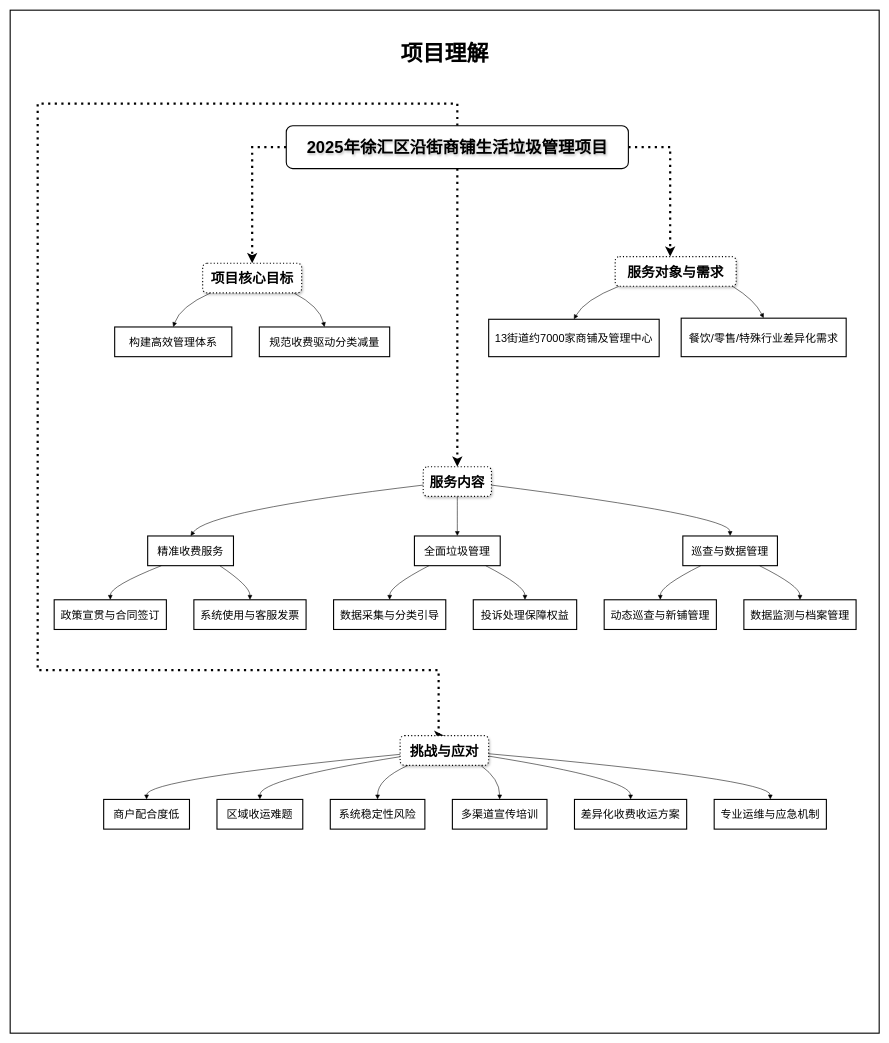
wss1801/test2 keeps this draw.io diagram as 未命名绘图.drawio. Above is the earlier version. Source tidied: cells renumbered, new cells numbered last; positions are measured from the earlier drawing's top-left corner, leaving out a move shared by most shapes. Both pictures are drawn from the tidied source at 55%, with x=0, y=0 at pixel (10, 10).
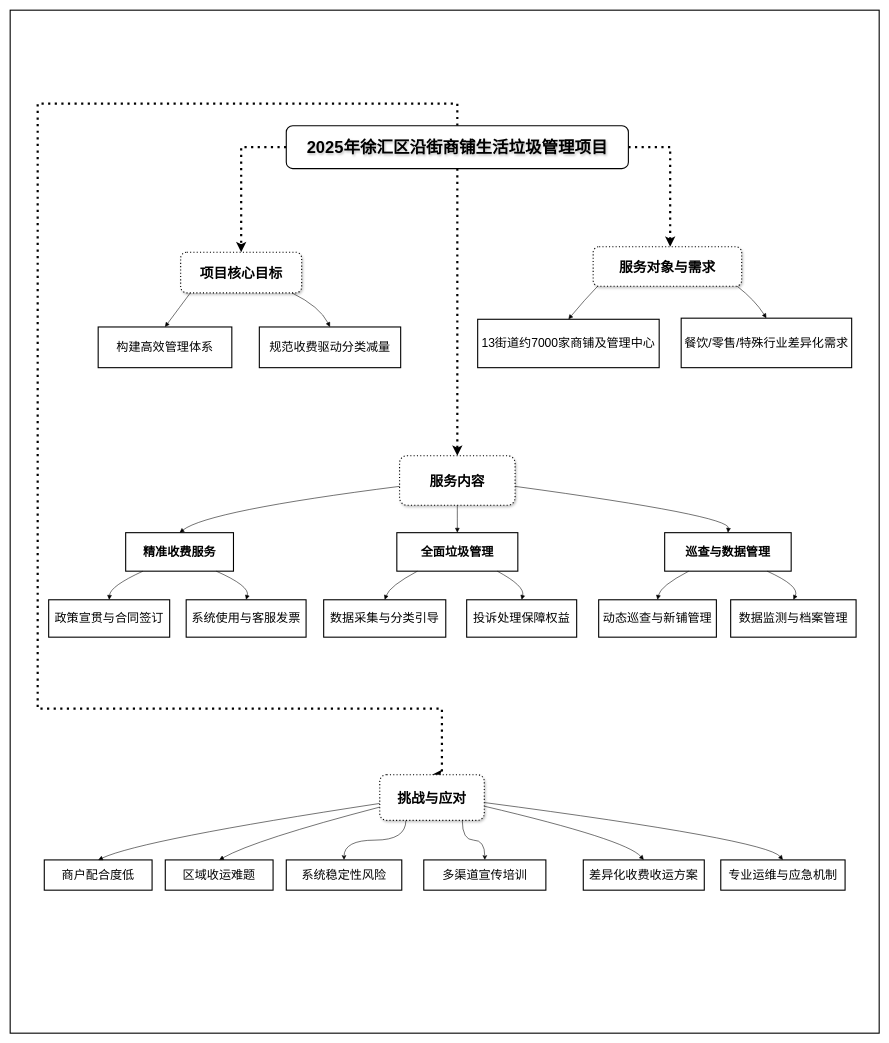
After the change.

Unchanged cells that the change refers to:
```xml
<mxCell id="7" value="2025年徐汇区沿街商铺生活垃圾管理项目" style="whiteSpace=wrap;strokeWidth=2;hachureGap=4;fontFamily=Helvetica;fontSize=30;textShadow=1;rounded=1;fontStyle=1;labelBackgroundColor=none;" parent="1" vertex="1">
  <mxGeometry x="502" y="210" width="622" height="78" as="geometry" />
</mxCell>
```

Change to the diagram source:
```diff
@@
-    <mxCell id="2" value="&#10;项目理解" style="whiteSpace=wrap;strokeWidth=2;hachureGap=4;fontFamily=Verdana;fontSize=40;verticalAlign=top;fontStyle=1;labelBackgroundColor=none;rounded=0;shadow=0;" parent="1" vertex="1">
+    <mxCell id="2" value="&#10;项目理解" style="whiteSpace=wrap;strokeWidth=2;hachureGap=4;fontFamily=Verdana;fontSize=40;verticalAlign=top;fontStyle=1;labelBackgroundColor=none;rounded=0;shadow=0;fontColor=none;noLabel=1;" parent="1" vertex="1">
       <mxGeometry width="1580" height="1860" as="geometry" />
     </mxCell>
     <mxCell id="3" style="edgeStyle=orthogonalEdgeStyle;rounded=0;hachureGap=4;jettySize=auto;html=1;entryX=0.5;entryY=0;entryDx=0;entryDy=0;fontFamily=Helvetica;fontSize=18;dashed=1;dashPattern=1 2;strokeWidth=4;labelBackgroundColor=none;fontColor=default;" parent="1" edge="1" source="7" target="8">
       <mxGeometry relative="1" as="geometry">
         <Array as="points">
-          <mxPoint x="440" y="249" />
+          <mxPoint x="420" y="249" />
         </Array>
       </mxGeometry>
     </mxCell>
@@
     <mxCell id="6" style="edgeStyle=orthogonalEdgeStyle;rounded=0;hachureGap=4;jettySize=auto;html=1;entryX=0.5;entryY=0;entryDx=0;entryDy=0;fontFamily=Helvetica;fontSize=18;dashed=1;dashPattern=1 2;strokeWidth=4;labelBackgroundColor=none;fontColor=default;" parent="1" edge="1" source="7" target="11">
       <mxGeometry relative="1" as="geometry">
         <Array as="points">
           <mxPoint x="813" y="170" />
           <mxPoint x="50" y="170" />
-          <mxPoint x="50" y="1200" />
-          <mxPoint x="779" y="1200" />
-          <mxPoint x="779" y="1319" />
+          <mxPoint x="50" y="1270" />
+          <mxPoint x="785" y="1270" />
+          <mxPoint x="785" y="1390" />
         </Array>
       </mxGeometry>
     </mxCell>
@@
     <mxCell id="8" value="项目核心目标" style="whiteSpace=wrap;strokeWidth=2;hachureGap=4;fontFamily=Helvetica;fontSize=25;rounded=1;shadow=1;fontStyle=1;dashed=1;dashPattern=1 2;labelBackgroundColor=none;" parent="1" vertex="1">
-      <mxGeometry x="350" y="460" width="180" height="54" as="geometry" />
+      <mxGeometry x="310" y="440" width="220" height="74" as="geometry" />
     </mxCell>
     <mxCell id="9" value="服务对象与需求" style="whiteSpace=wrap;strokeWidth=2;hachureGap=4;fontFamily=Helvetica;fontSize=25;rounded=1;shadow=1;fontStyle=1;dashed=1;dashPattern=1 2;labelBackgroundColor=none;" parent="1" vertex="1">
-      <mxGeometry x="1100" y="448" width="220" height="54" as="geometry" />
+      <mxGeometry x="1060" y="430" width="270" height="72" as="geometry" />
     </mxCell>
     <mxCell id="10" value="服务内容" style="whiteSpace=wrap;strokeWidth=2;hachureGap=4;fontFamily=Helvetica;fontSize=25;rounded=1;shadow=1;fontStyle=1;dashed=1;dashPattern=1 2;labelBackgroundColor=none;" parent="1" vertex="1">
-      <mxGeometry x="751" y="830" width="124" height="54" as="geometry" />
+      <mxGeometry x="708" y="810" width="210" height="90" as="geometry" />
     </mxCell>
+    <mxCell id="47" style="edgeStyle=orthogonalEdgeStyle;rounded=0;hachureGap=4;jettySize=auto;html=1;fontFamily=Architects Daughter;curved=1;" parent="1" edge="1" source="11" target="28">
+      <mxGeometry relative="1" as="geometry">
+        <Array as="points">
+          <mxPoint x="822" y="1509" />
+          <mxPoint x="863" y="1509" />
+        </Array>
+      </mxGeometry>
+    </mxCell>
+    <mxCell id="46" style="edgeStyle=orthogonalEdgeStyle;rounded=0;hachureGap=4;jettySize=auto;html=1;fontFamily=Architects Daughter;curved=1;exitX=0.25;exitY=1;exitDx=0;exitDy=0;" parent="1" edge="1" source="11" target="27">
+      <mxGeometry relative="1" as="geometry" />
+    </mxCell>
     <mxCell id="11" value="挑战与应对" style="whiteSpace=wrap;strokeWidth=2;hachureGap=4;fontFamily=Helvetica;fontSize=25;rounded=1;shadow=1;fontStyle=1;dashed=1;dashPattern=1 2;labelBackgroundColor=none;" parent="1" vertex="1">
-      <mxGeometry x="709" y="1319" width="161" height="54" as="geometry" />
+      <mxGeometry x="672" y="1390" width="190" height="83" as="geometry" />
     </mxCell>
-    <mxCell id="12" value="构建高效管理体系" style="whiteSpace=wrap;strokeWidth=2;hachureGap=4;fontFamily=Helvetica;fontSize=20;labelBackgroundColor=none;" parent="1" vertex="1">
-      <mxGeometry x="190" y="576" width="213" height="54" as="geometry" />
+    <mxCell id="12" value="构建高效管理体系" style="whiteSpace=wrap;strokeWidth=2;hachureGap=4;fontFamily=Helvetica;fontSize=22;labelBackgroundColor=none;" parent="1" vertex="1">
+      <mxGeometry x="160" y="576" width="243" height="74" as="geometry" />
     </mxCell>
-    <mxCell id="13" value="规范收费驱动分类减量" style="whiteSpace=wrap;strokeWidth=2;hachureGap=4;fontFamily=Helvetica;fontSize=20;labelBackgroundColor=none;" parent="1" vertex="1">
-      <mxGeometry x="453" y="576" width="237" height="54" as="geometry" />
+    <mxCell id="13" value="规范收费驱动分类减量" style="whiteSpace=wrap;strokeWidth=2;hachureGap=4;fontFamily=Helvetica;fontSize=22;labelBackgroundColor=none;" parent="1" vertex="1">
+      <mxGeometry x="453" y="576" width="257" height="74" as="geometry" />
     </mxCell>
-    <mxCell id="14" value="13街道约7000家商铺及管理中心" style="whiteSpace=wrap;strokeWidth=2;hachureGap=4;fontFamily=Helvetica;fontSize=20;labelBackgroundColor=none;" parent="1" vertex="1">
-      <mxGeometry x="870" y="562" width="310" height="68" as="geometry" />
+    <mxCell id="14" value="13街道约7000家商铺及管理中心" style="whiteSpace=wrap;strokeWidth=2;hachureGap=4;fontFamily=Helvetica;fontSize=22;labelBackgroundColor=none;" parent="1" vertex="1">
+      <mxGeometry x="850" y="562" width="330" height="88" as="geometry" />
     </mxCell>
-    <mxCell id="15" value="餐饮/零售/特殊行业差异化需求" style="whiteSpace=wrap;strokeWidth=2;hachureGap=4;fontFamily=Helvetica;fontSize=20;labelBackgroundColor=none;" parent="1" vertex="1">
-      <mxGeometry x="1220" y="560" width="300" height="70" as="geometry" />
+    <mxCell id="15" value="餐饮/零售/特殊行业差异化需求" style="whiteSpace=wrap;strokeWidth=2;hachureGap=4;fontFamily=Helvetica;fontSize=22;labelBackgroundColor=none;" parent="1" vertex="1">
+      <mxGeometry x="1220" y="560" width="310" height="90" as="geometry" />
     </mxCell>
-    <mxCell id="16" value="精准收费服务" style="whiteSpace=wrap;strokeWidth=2;hachureGap=4;fontFamily=Helvetica;fontSize=20;labelBackgroundColor=none;" parent="1" vertex="1">
-      <mxGeometry x="250" y="956" width="156" height="54" as="geometry" />
+    <mxCell id="16" value="精准收费服务" style="whiteSpace=wrap;strokeWidth=2;hachureGap=4;fontFamily=Helvetica;fontSize=22;labelBackgroundColor=none;fontStyle=1;" parent="1" vertex="1">
+      <mxGeometry x="210" y="950" width="196" height="70" as="geometry" />
     </mxCell>
-    <mxCell id="17" value="政策宣贯与合同签订" style="whiteSpace=wrap;strokeWidth=2;hachureGap=4;fontFamily=Helvetica;fontSize=20;labelBackgroundColor=none;" parent="1" vertex="1">
-      <mxGeometry x="80" y="1072" width="204" height="54" as="geometry" />
+    <mxCell id="17" value="政策宣贯与合同签订" style="whiteSpace=wrap;strokeWidth=2;hachureGap=4;fontFamily=Helvetica;fontSize=22;labelBackgroundColor=none;" parent="1" vertex="1">
+      <mxGeometry x="70" y="1072" width="220" height="68" as="geometry" />
     </mxCell>
-    <mxCell id="18" value="系统使用与客服发票" style="whiteSpace=wrap;strokeWidth=2;hachureGap=4;fontFamily=Helvetica;fontSize=20;labelBackgroundColor=none;" parent="1" vertex="1">
-      <mxGeometry x="334" y="1072" width="204" height="54" as="geometry" />
+    <mxCell id="18" value="系统使用与客服发票" style="whiteSpace=wrap;strokeWidth=2;hachureGap=4;fontFamily=Helvetica;fontSize=22;labelBackgroundColor=none;" parent="1" vertex="1">
+      <mxGeometry x="320" y="1072" width="218" height="68" as="geometry" />
     </mxCell>
-    <mxCell id="19" value="全面垃圾管理" style="whiteSpace=wrap;strokeWidth=2;hachureGap=4;fontFamily=Helvetica;fontSize=20;labelBackgroundColor=none;" parent="1" vertex="1">
-      <mxGeometry x="735" y="956" width="156" height="54" as="geometry" />
+    <mxCell id="19" value="全面垃圾管理" style="whiteSpace=wrap;strokeWidth=2;hachureGap=4;fontFamily=Helvetica;fontSize=22;labelBackgroundColor=none;fontStyle=1;" parent="1" vertex="1">
+      <mxGeometry x="703" y="950" width="220" height="70" as="geometry" />
     </mxCell>
-    <mxCell id="20" value="数据采集与分类引导" style="whiteSpace=wrap;strokeWidth=2;hachureGap=4;fontFamily=Helvetica;fontSize=20;labelBackgroundColor=none;" parent="1" vertex="1">
-      <mxGeometry x="588" y="1072" width="204" height="54" as="geometry" />
+    <mxCell id="20" value="数据采集与分类引导" style="whiteSpace=wrap;strokeWidth=2;hachureGap=4;fontFamily=Helvetica;fontSize=22;labelBackgroundColor=none;" parent="1" vertex="1">
+      <mxGeometry x="570" y="1072" width="222" height="68" as="geometry" />
     </mxCell>
-    <mxCell id="21" value="投诉处理保障权益" style="whiteSpace=wrap;strokeWidth=2;hachureGap=4;fontFamily=Helvetica;fontSize=20;labelBackgroundColor=none;" parent="1" vertex="1">
-      <mxGeometry x="842" y="1072" width="188" height="54" as="geometry" />
+    <mxCell id="21" value="投诉处理保障权益" style="whiteSpace=wrap;strokeWidth=2;hachureGap=4;fontFamily=Helvetica;fontSize=22;labelBackgroundColor=none;" parent="1" vertex="1">
+      <mxGeometry x="830" y="1072" width="200" height="68" as="geometry" />
     </mxCell>
-    <mxCell id="22" value="巡查与数据管理" style="whiteSpace=wrap;strokeWidth=2;hachureGap=4;fontFamily=Helvetica;fontSize=20;labelBackgroundColor=none;" parent="1" vertex="1">
-      <mxGeometry x="1223" y="956" width="172" height="54" as="geometry" />
+    <mxCell id="22" value="巡查与数据管理" style="whiteSpace=wrap;strokeWidth=2;hachureGap=4;fontFamily=Helvetica;fontSize=22;labelBackgroundColor=none;fontStyle=1;" parent="1" vertex="1">
+      <mxGeometry x="1190" y="950" width="230" height="70" as="geometry" />
     </mxCell>
-    <mxCell id="23" value="动态巡查与新铺管理" style="whiteSpace=wrap;strokeWidth=2;hachureGap=4;fontFamily=Helvetica;fontSize=20;labelBackgroundColor=none;" parent="1" vertex="1">
-      <mxGeometry x="1080" y="1072" width="204" height="54" as="geometry" />
+    <mxCell id="23" value="动态巡查与新铺管理" style="whiteSpace=wrap;strokeWidth=2;hachureGap=4;fontFamily=Helvetica;fontSize=22;labelBackgroundColor=none;" parent="1" vertex="1">
+      <mxGeometry x="1070" y="1072" width="214" height="68" as="geometry" />
     </mxCell>
-    <mxCell id="24" value="数据监测与档案管理" style="whiteSpace=wrap;strokeWidth=2;hachureGap=4;fontFamily=Helvetica;fontSize=20;labelBackgroundColor=none;" parent="1" vertex="1">
-      <mxGeometry x="1334" y="1072" width="204" height="54" as="geometry" />
+    <mxCell id="24" value="数据监测与档案管理" style="whiteSpace=wrap;strokeWidth=2;hachureGap=4;fontFamily=Helvetica;fontSize=22;labelBackgroundColor=none;" parent="1" vertex="1">
+      <mxGeometry x="1310" y="1072" width="228" height="68" as="geometry" />
     </mxCell>
-    <mxCell id="25" value="商户配合度低" style="whiteSpace=wrap;strokeWidth=2;hachureGap=4;fontFamily=Helvetica;fontSize=20;labelBackgroundColor=none;" parent="1" vertex="1">
-      <mxGeometry x="170" y="1435" width="156" height="54" as="geometry" />
+    <mxCell id="25" value="商户配合度低" style="whiteSpace=wrap;strokeWidth=2;hachureGap=4;fontFamily=Helvetica;fontSize=22;labelBackgroundColor=none;" parent="1" vertex="1">
+      <mxGeometry x="62" y="1545" width="196" height="55" as="geometry" />
     </mxCell>
-    <mxCell id="26" value="区域收运难题" style="whiteSpace=wrap;strokeWidth=2;hachureGap=4;fontFamily=Helvetica;fontSize=20;labelBackgroundColor=none;" parent="1" vertex="1">
-      <mxGeometry x="376" y="1435" width="156" height="54" as="geometry" />
+    <mxCell id="26" value="区域收运难题" style="whiteSpace=wrap;strokeWidth=2;hachureGap=4;fontFamily=Helvetica;fontSize=22;labelBackgroundColor=none;" parent="1" vertex="1">
+      <mxGeometry x="282" y="1545" width="196" height="55" as="geometry" />
     </mxCell>
-    <mxCell id="27" value="系统稳定性风险" style="whiteSpace=wrap;strokeWidth=2;hachureGap=4;fontFamily=Helvetica;fontSize=20;labelBackgroundColor=none;" parent="1" vertex="1">
-      <mxGeometry x="582" y="1435" width="172" height="54" as="geometry" />
+    <mxCell id="27" value="系统稳定性风险" style="whiteSpace=wrap;strokeWidth=2;hachureGap=4;fontFamily=Helvetica;fontSize=22;labelBackgroundColor=none;" parent="1" vertex="1">
+      <mxGeometry x="502" y="1545" width="210" height="55" as="geometry" />
     </mxCell>
-    <mxCell id="28" value="多渠道宣传培训" style="whiteSpace=wrap;strokeWidth=2;hachureGap=4;fontFamily=Helvetica;fontSize=20;labelBackgroundColor=none;" parent="1" vertex="1">
-      <mxGeometry x="804" y="1435" width="172" height="54" as="geometry" />
+    <mxCell id="28" value="多渠道宣传培训" style="whiteSpace=wrap;strokeWidth=2;hachureGap=4;fontFamily=Helvetica;fontSize=22;labelBackgroundColor=none;" parent="1" vertex="1">
+      <mxGeometry x="752" y="1545" width="222" height="55" as="geometry" />
     </mxCell>
-    <mxCell id="29" value="差异化收费收运方案" style="whiteSpace=wrap;strokeWidth=2;hachureGap=4;fontFamily=Helvetica;fontSize=20;labelBackgroundColor=none;" parent="1" vertex="1">
-      <mxGeometry x="1026" y="1435" width="204" height="54" as="geometry" />
+    <mxCell id="29" value="差异化收费收运方案" style="whiteSpace=wrap;strokeWidth=2;hachureGap=4;fontFamily=Helvetica;fontSize=22;labelBackgroundColor=none;" parent="1" vertex="1">
+      <mxGeometry x="1042" y="1545" width="220" height="55" as="geometry" />
     </mxCell>
-    <mxCell id="30" value="专业运维与应急机制" style="whiteSpace=wrap;strokeWidth=2;hachureGap=4;fontFamily=Helvetica;fontSize=20;labelBackgroundColor=none;" parent="1" vertex="1">
-      <mxGeometry x="1280" y="1435" width="204" height="54" as="geometry" />
+    <mxCell id="30" value="专业运维与应急机制" style="whiteSpace=wrap;strokeWidth=2;hachureGap=4;fontFamily=Helvetica;fontSize=22;labelBackgroundColor=none;" parent="1" vertex="1">
+      <mxGeometry x="1292" y="1545" width="226" height="55" as="geometry" />
     </mxCell>
@@
     <mxCell id="44" style="curved=1;startArrow=none;endArrow=block;exitX=0;exitY=0.63;entryX=0.5;entryY=0;rounded=0;hachureGap=4;fontFamily=Helvetica;fontSize=18;labelBackgroundColor=none;fontColor=default;" parent="1" edge="1" source="11" target="25">
       <mxGeometry relative="1" as="geometry">
         <Array as="points">
-          <mxPoint x="248" y="1398" />
+          <mxPoint x="240" y="1508" />
         </Array>
       </mxGeometry>
     </mxCell>
     <mxCell id="45" style="curved=1;startArrow=none;endArrow=block;exitX=0;exitY=0.71;entryX=0.5;entryY=0;rounded=0;hachureGap=4;fontFamily=Helvetica;fontSize=18;labelBackgroundColor=none;fontColor=default;" parent="1" edge="1" source="11" target="26">
       <mxGeometry relative="1" as="geometry">
         <Array as="points">
-          <mxPoint x="454" y="1398" />
+          <mxPoint x="446" y="1508" />
         </Array>
       </mxGeometry>
     </mxCell>
-    <mxCell id="46" style="curved=1;startArrow=none;endArrow=block;exitX=0.09;exitY=1;entryX=0.5;entryY=0;rounded=0;hachureGap=4;fontFamily=Helvetica;fontSize=18;labelBackgroundColor=none;fontColor=default;" parent="1" edge="1" source="11" target="27">
-      <mxGeometry relative="1" as="geometry">
-        <Array as="points">
-          <mxPoint x="668" y="1398" />
-        </Array>
-      </mxGeometry>
-    </mxCell>
-    <mxCell id="47" style="curved=1;startArrow=none;endArrow=block;exitX=0.91;exitY=1;entryX=0.5;entryY=0;rounded=0;hachureGap=4;fontFamily=Helvetica;fontSize=18;labelBackgroundColor=none;fontColor=default;" parent="1" edge="1" source="11" target="28">
-      <mxGeometry relative="1" as="geometry">
-        <Array as="points">
-          <mxPoint x="890" y="1398" />
-        </Array>
-      </mxGeometry>
-    </mxCell>
     <mxCell id="48" style="curved=1;startArrow=none;endArrow=block;exitX=1;exitY=0.69;entryX=0.5;entryY=0;rounded=0;hachureGap=4;fontFamily=Helvetica;fontSize=18;labelBackgroundColor=none;fontColor=default;" parent="1" edge="1" source="11" target="29">
       <mxGeometry relative="1" as="geometry">
         <Array as="points">
-          <mxPoint x="1128" y="1398" />
+          <mxPoint x="1120" y="1508" />
         </Array>
       </mxGeometry>
     </mxCell>
     <mxCell id="49" style="curved=1;startArrow=none;endArrow=block;exitX=1;exitY=0.61;entryX=0.5;entryY=0;rounded=0;hachureGap=4;fontFamily=Helvetica;fontSize=18;labelBackgroundColor=none;fontColor=default;" parent="1" edge="1" source="11" target="30">
       <mxGeometry relative="1" as="geometry">
         <Array as="points">
-          <mxPoint x="1382" y="1398" />
+          <mxPoint x="1374" y="1508" />
         </Array>
       </mxGeometry>
     </mxCell>
```
